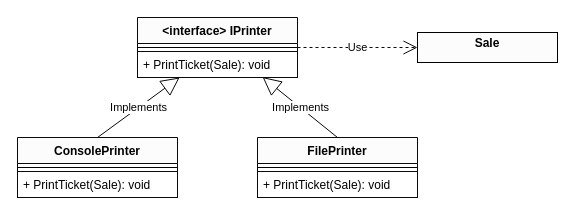
Earlier version of the draw.io diagram Assets/Polymorphism.drawio (ucudal/PII_Guias). Source tidied: cells renumbered, new cells numbered last; positions are measured from the earlier drawing's top-left corner, leaving out a move shared by most shapes. Both pictures are drawn from the tidied source at 100%, with x=0, y=0 at pixel (17, 17).
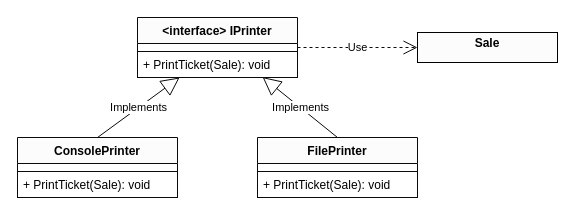
The same page after the edit.

Commit message (it also covers changes not shown here):
Added UML diagrams

Change to the diagram source:
```diff
@@
 <mxGraphModel background="#ffffff">
   <root>
     <mxCell id="0" />
     <mxCell id="1" parent="0" />
     <mxCell id="2" value="&lt;interface&gt; IPrinter" style="swimlane;fontStyle=1;align=center;verticalAlign=top;horizontal=1;startSize=26;fillColor=#FCFCFC;strokeColor=#0A0A0A;fontColor=#000000;" parent="1" vertex="1">
       <mxGeometry x="120" width="160" height="60" as="geometry" />
     </mxCell>
-    <mxCell id="3" style="line;strokeWidth=1;fillColor=none;align=left;verticalAlign=middle;spacingTop=-1;spacingLeft=3;spacingRight=3;labelPosition=right;fontColor=#000000;" parent="2" vertex="1">
+    <mxCell id="3" style="line;strokeWidth=1;fillColor=none;align=left;verticalAlign=middle;spacingTop=-1;spacingLeft=3;spacingRight=3;labelPosition=right;fontColor=#000000;strokeColor=none;" parent="2" vertex="1">
       <mxGeometry y="26" width="160" height="8" as="geometry" />
     </mxCell>
     <mxCell id="4" value="+ PrintTicket(Sale): void" style="text;fillColor=none;align=left;verticalAlign=top;spacingLeft=4;spacingRight=4;overflow=hidden;points=[[0,0.5],[1,0.5]];portConstraint=eastwest;strokeColor=#0A0A0A;fontColor=#000000;" parent="2" vertex="1">
       <mxGeometry y="34" width="160" height="26" as="geometry" />
     </mxCell>
     <mxCell id="5" value="ConsolePrinter" style="swimlane;fontStyle=1;align=center;verticalAlign=top;horizontal=1;startSize=26;fillColor=#FCFCFC;strokeColor=#0A0A0A;fontColor=#000000;" parent="1" vertex="1">
       <mxGeometry y="120" width="160" height="60" as="geometry" />
     </mxCell>
-    <mxCell id="6" style="line;strokeWidth=1;fillColor=none;align=left;verticalAlign=middle;spacingTop=-1;spacingLeft=3;spacingRight=3;labelPosition=right;fontColor=#000000;" parent="5" vertex="1">
+    <mxCell id="6" style="line;strokeWidth=1;fillColor=none;align=left;verticalAlign=middle;spacingTop=-1;spacingLeft=3;spacingRight=3;labelPosition=right;fontColor=#000000;strokeColor=none;" parent="5" vertex="1">
       <mxGeometry y="26" width="160" height="8" as="geometry" />
     </mxCell>
     <mxCell id="7" value="+ PrintTicket(Sale): void" style="text;fillColor=none;align=left;verticalAlign=top;spacingLeft=4;spacingRight=4;overflow=hidden;strokeColor=#0A0A0A;fontColor=#000000;" parent="5" vertex="1">
       <mxGeometry y="34" width="160" height="26" as="geometry" />
     </mxCell>
     <mxCell id="8" value="FilePrinter" style="swimlane;fontStyle=1;align=center;verticalAlign=top;horizontal=1;startSize=26;fillColor=#FCFCFC;strokeColor=#0A0A0A;fontColor=#000000;" parent="1" vertex="1">
       <mxGeometry x="240" y="120" width="160" height="60" as="geometry" />
     </mxCell>
-    <mxCell id="9" style="line;strokeWidth=1;fillColor=none;align=left;verticalAlign=middle;spacingTop=-1;spacingLeft=3;spacingRight=3;labelPosition=right;fontColor=#000000;" parent="8" vertex="1">
+    <mxCell id="9" style="line;strokeWidth=1;fillColor=none;align=left;verticalAlign=middle;spacingTop=-1;spacingLeft=3;spacingRight=3;labelPosition=right;fontColor=#000000;strokeColor=none;" parent="8" vertex="1">
       <mxGeometry y="26" width="160" height="8" as="geometry" />
     </mxCell>
     <mxCell id="10" value="+ PrintTicket(Sale): void" style="text;fillColor=none;align=left;verticalAlign=top;spacingLeft=4;spacingRight=4;overflow=hidden;strokeColor=#0A0A0A;fontColor=#000000;" parent="8" vertex="1">
       <mxGeometry y="34" width="160" height="26" as="geometry" />
     </mxCell>
     <mxCell id="11" value="Implements" style="endArrow=block;endSize=16;endFill=0;html=1;entryX=0.263;entryY=1;entryDx=0;entryDy=0;entryPerimeter=0;exitX=0.5;exitY=0;exitDx=0;exitDy=0;strokeColor=#0A0A0A;fontColor=#000000;labelBackgroundColor=#ffffff;" parent="1" edge="1" source="5" target="4">
       <mxGeometry relative="1" as="geometry" />
     </mxCell>
     <mxCell id="12" value="Implements" style="endArrow=block;endSize=16;endFill=0;html=1;exitX=0.5;exitY=0;exitDx=0;exitDy=0;entryX=0.782;entryY=0.985;entryDx=0;entryDy=0;entryPerimeter=0;strokeColor=#0A0A0A;fontColor=#000000;labelBackgroundColor=#FFFFFF;" parent="1" edge="1" source="8" target="4">
       <mxGeometry relative="1" as="geometry" />
     </mxCell>
     <mxCell id="13" value="&lt;p style=&quot;margin: 0px ; margin-top: 4px ; text-align: center&quot;&gt;&lt;b&gt;Sale&lt;/b&gt;&lt;/p&gt;" style="verticalAlign=top;align=left;overflow=fill;fontSize=12;fontFamily=Helvetica;html=1;fontColor=#000000;strokeColor=#000000;fillColor=#FCFCFC;" parent="1" vertex="1">
       <mxGeometry x="400" y="15" width="140" height="30" as="geometry" />
     </mxCell>
     <mxCell id="14" value="Use" style="endArrow=open;endSize=12;dashed=1;html=1;labelBackgroundColor=#ffffff;fontColor=#000000;strokeColor=#0A0A0A;exitX=1;exitY=0.5;exitDx=0;exitDy=0;" parent="1" edge="1" source="2">
       <mxGeometry relative="1" as="geometry">
         <mxPoint x="400" y="30" as="targetPoint" />
       </mxGeometry>
     </mxCell>
   </root>
 </mxGraphModel>
```
